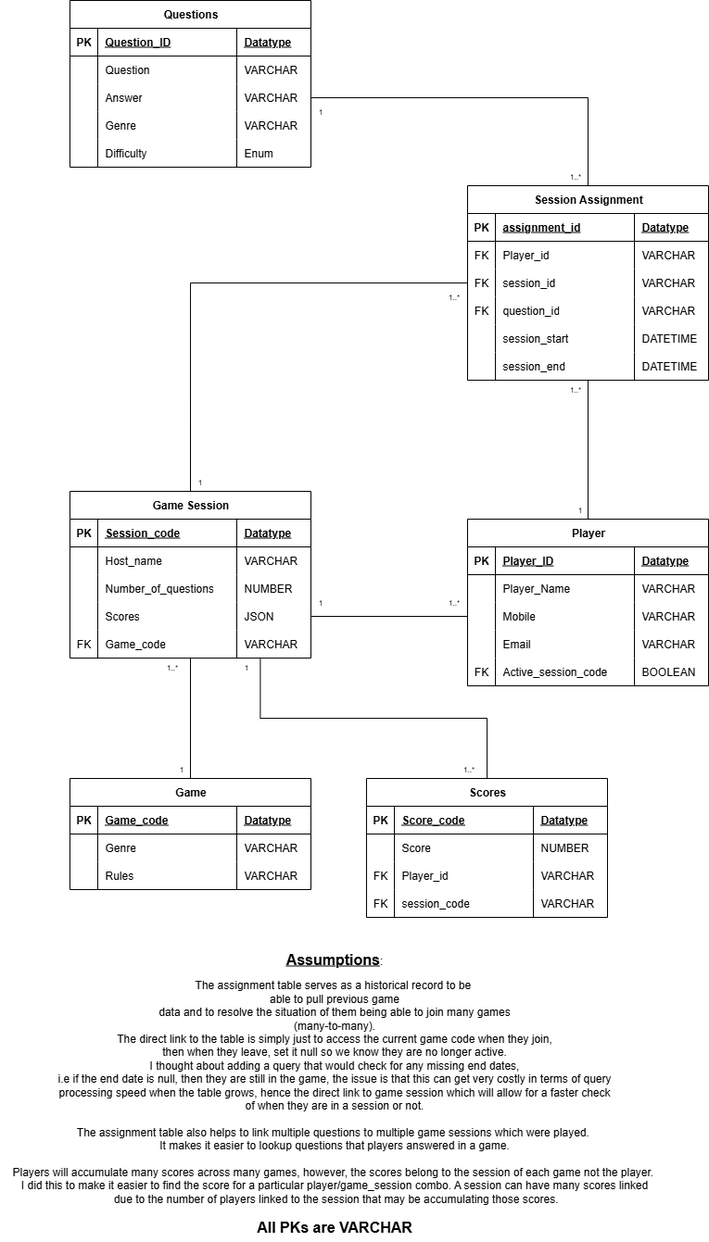
This is phunparty-backend/Database_design/PhunPartyDB_Design.drawio.png from cWalsh-developer/PhunParty, a draw.io export, as it was before one commit. Source tidied: cells renumbered, new cells last; positions are measured from the earlier drawing's top-left corner, leaving out a move shared by most shapes.
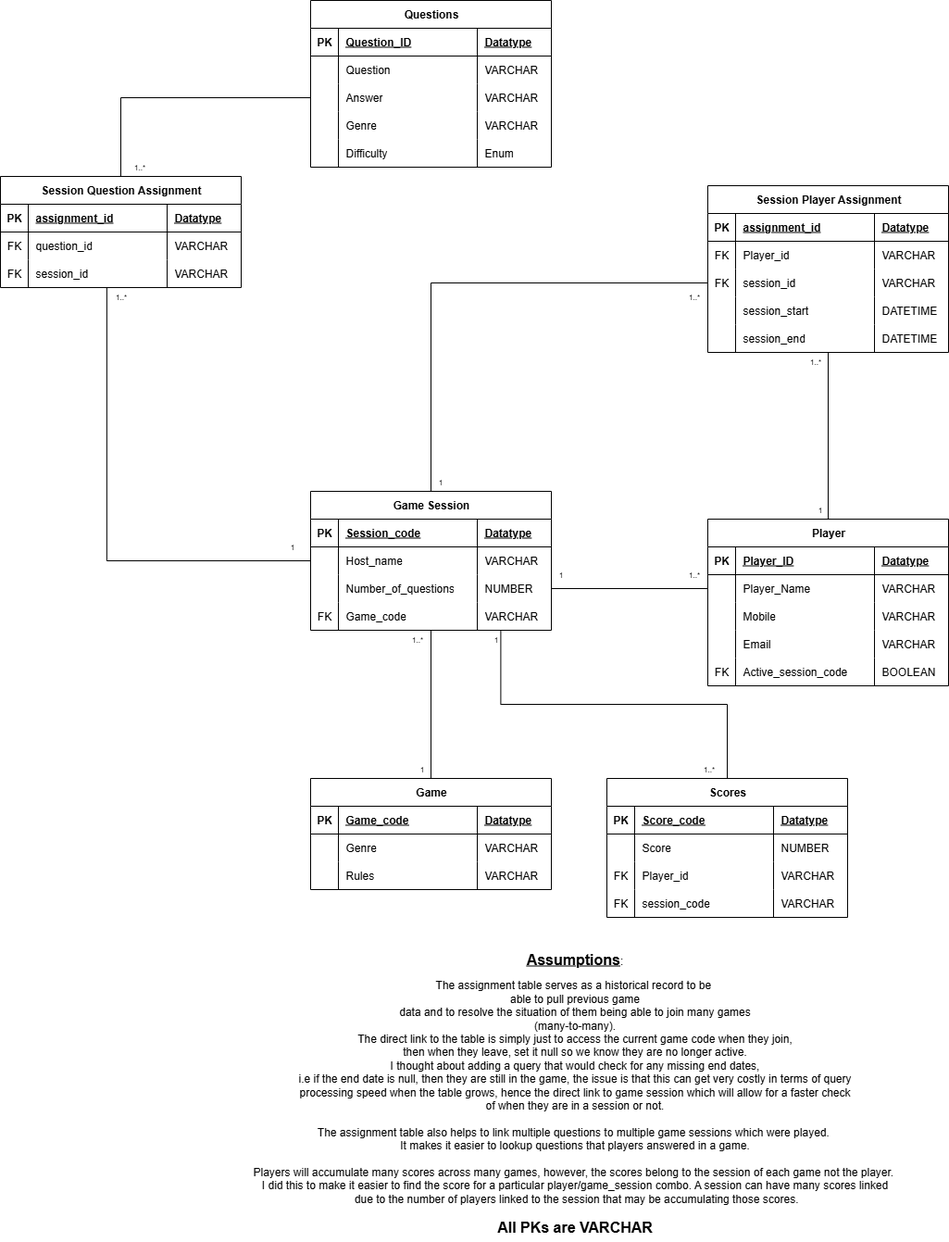
The same diagram one commit later.

Commit message:
Refactor game and player models for session management; update routes and CRUD operations to use session codes, and add new session assignment models.

Diff of the diagram source:
```diff
@@ -3,7 +3,7 @@
     <mxCell id="0" />
     <mxCell id="1" parent="0" />
     <mxCell id="2" value="Game Session" style="shape=table;startSize=30;rowLines=0;fontStyle=1;align=center;html=1;" parent="1" vertex="1">
-      <mxGeometry x="75" y="530" width="260" height="180" as="geometry" />
+      <mxGeometry x="75" y="530" width="260" height="150" as="geometry" />
     </mxCell>
     <mxCell id="3" style="shape=tableRow;horizontal=0;startSize=0;swimlaneHead=0;swimlaneBody=0;fillColor=none;top=0;left=0;right=0;bottom=1;" parent="2" vertex="1">
       <mxGeometry y="30" width="260" height="30" as="geometry" />
@@ -41,20 +41,8 @@
     <mxCell id="14" value="NUMBER" style="shape=partialRectangle;fillColor=none;top=0;left=0;bottom=0;right=0;align=left;spacingLeft=6;overflow=hidden;whiteSpace=wrap;html=1;" parent="11" vertex="1">
       <mxGeometry x="180" width="80" height="30" as="geometry" />
     </mxCell>
-    <mxCell id="15" style="shape=tableRow;horizontal=0;startSize=0;swimlaneHead=0;swimlaneBody=0;fillColor=none;points=[[0,0.5],[1,0.5]];portConstraint=eastwest;top=0;left=0;right=0;bottom=0;" parent="2" vertex="1">
-      <mxGeometry y="120" width="260" height="30" as="geometry" />
-    </mxCell>
-    <mxCell id="16" style="shape=partialRectangle;fillColor=none;top=0;left=0;bottom=0;right=0;overflow=hidden;whiteSpace=wrap;html=1;" parent="15" vertex="1">
-      <mxGeometry width="30" height="30" as="geometry" />
-    </mxCell>
-    <mxCell id="17" value="Scores" style="shape=partialRectangle;fillColor=none;top=0;left=0;bottom=0;right=0;align=left;spacingLeft=6;overflow=hidden;whiteSpace=wrap;html=1;" parent="15" vertex="1">
-      <mxGeometry x="30" width="150" height="30" as="geometry" />
-    </mxCell>
-    <mxCell id="18" value="JSON" style="shape=partialRectangle;fillColor=none;top=0;left=0;bottom=0;right=0;align=left;spacingLeft=6;overflow=hidden;whiteSpace=wrap;html=1;" parent="15" vertex="1">
-      <mxGeometry x="180" width="80" height="30" as="geometry" />
-    </mxCell>
     <mxCell id="19" style="shape=tableRow;horizontal=0;startSize=0;swimlaneHead=0;swimlaneBody=0;fillColor=none;points=[[0,0.5],[1,0.5]];portConstraint=eastwest;top=0;left=0;right=0;bottom=0;" parent="2" vertex="1">
-      <mxGeometry y="150" width="260" height="30" as="geometry" />
+      <mxGeometry y="120" width="260" height="30" as="geometry" />
     </mxCell>
     <mxCell id="20" value="FK" style="shape=partialRectangle;fillColor=none;top=0;left=0;bottom=0;right=0;overflow=hidden;whiteSpace=wrap;html=1;" parent="19" vertex="1">
       <mxGeometry width="30" height="30" as="geometry" />
@@ -108,7 +96,7 @@
       <mxGeometry x="185" y="820" width="20" height="20" as="geometry" />
     </mxCell>
     <mxCell id="37" value="1..*" style="text;html=1;align=center;verticalAlign=middle;strokeColor=none;fillColor=none;spacing=0;fontSize=8;" parent="1" vertex="1">
-      <mxGeometry x="170" y="710" width="30" height="20" as="geometry" />
+      <mxGeometry x="175" y="680" width="30" height="20" as="geometry" />
     </mxCell>
     <mxCell id="38" value="Player" style="shape=table;startSize=30;rowLines=0;fontStyle=1;align=center;html=1;" parent="1" vertex="1">
       <mxGeometry x="504" y="560" width="260" height="180" as="geometry" />
@@ -236,8 +224,8 @@
     <mxCell id="79" value="Enum" style="shape=partialRectangle;fillColor=none;top=0;left=0;bottom=0;right=0;align=left;spacingLeft=6;overflow=hidden;whiteSpace=wrap;html=1;" parent="76" vertex="1">
       <mxGeometry x="180" width="80" height="30" as="geometry" />
     </mxCell>
-    <mxCell id="80" value="Session Assignment" style="shape=table;startSize=30;rowLines=0;fontStyle=1;align=center;html=1;" parent="1" vertex="1">
-      <mxGeometry x="504" y="200" width="260" height="210" as="geometry" />
+    <mxCell id="80" value="Session Player Assignment" style="shape=table;startSize=30;rowLines=0;fontStyle=1;align=center;html=1;" parent="1" vertex="1">
+      <mxGeometry x="504" y="200" width="260" height="180" as="geometry" />
     </mxCell>
     <mxCell id="81" style="shape=tableRow;horizontal=0;startSize=0;swimlaneHead=0;swimlaneBody=0;fillColor=none;top=0;left=0;right=0;bottom=1;" parent="80" vertex="1">
       <mxGeometry y="30" width="260" height="30" as="geometry" />
@@ -275,20 +263,8 @@
     <mxCell id="92" value="VARCHAR" style="shape=partialRectangle;fillColor=none;top=0;left=0;bottom=0;right=0;align=left;spacingLeft=6;overflow=hidden;whiteSpace=wrap;html=1;" parent="89" vertex="1">
       <mxGeometry x="180" width="80" height="30" as="geometry" />
     </mxCell>
-    <mxCell id="93" style="shape=tableRow;horizontal=0;startSize=0;swimlaneHead=0;swimlaneBody=0;fillColor=none;top=0;left=0;right=0;bottom=0;" parent="80" vertex="1">
-      <mxGeometry y="120" width="260" height="30" as="geometry" />
-    </mxCell>
-    <mxCell id="94" value="FK" style="shape=partialRectangle;fillColor=none;top=0;left=0;bottom=0;right=0;overflow=hidden;whiteSpace=wrap;html=1;" parent="93" vertex="1">
-      <mxGeometry width="30" height="30" as="geometry" />
-    </mxCell>
-    <mxCell id="95" value="question_id" style="shape=partialRectangle;fillColor=none;top=0;left=0;bottom=0;right=0;align=left;spacingLeft=6;overflow=hidden;whiteSpace=wrap;html=1;" parent="93" vertex="1">
-      <mxGeometry x="30" width="150" height="30" as="geometry" />
-    </mxCell>
-    <mxCell id="96" value="VARCHAR" style="shape=partialRectangle;fillColor=none;top=0;left=0;bottom=0;right=0;align=left;spacingLeft=6;overflow=hidden;whiteSpace=wrap;html=1;" parent="93" vertex="1">
-      <mxGeometry x="180" width="80" height="30" as="geometry" />
-    </mxCell>
     <mxCell id="97" style="shape=tableRow;horizontal=0;startSize=0;swimlaneHead=0;swimlaneBody=0;fillColor=none;top=0;left=0;right=0;bottom=0;" parent="80" vertex="1">
-      <mxGeometry y="150" width="260" height="30" as="geometry" />
+      <mxGeometry y="120" width="260" height="30" as="geometry" />
     </mxCell>
     <mxCell id="98" style="shape=partialRectangle;fillColor=none;top=0;left=0;bottom=0;right=0;overflow=hidden;whiteSpace=wrap;html=1;" parent="97" vertex="1">
       <mxGeometry width="30" height="30" as="geometry" />
@@ -300,7 +276,7 @@
       <mxGeometry x="180" width="80" height="30" as="geometry" />
     </mxCell>
     <mxCell id="101" style="shape=tableRow;horizontal=0;startSize=0;swimlaneHead=0;swimlaneBody=0;fillColor=none;points=[[0,0.5],[1,0.5]];portConstraint=eastwest;top=0;left=0;right=0;bottom=0;" parent="80" vertex="1">
-      <mxGeometry y="180" width="260" height="30" as="geometry" />
+      <mxGeometry y="150" width="260" height="30" as="geometry" />
     </mxCell>
     <mxCell id="102" style="shape=partialRectangle;fillColor=none;top=0;left=0;bottom=0;right=0;overflow=hidden;whiteSpace=wrap;html=1;" parent="101" vertex="1">
       <mxGeometry width="30" height="30" as="geometry" />
@@ -314,20 +290,11 @@
     <mxCell id="105" style="edgeStyle=orthogonalEdgeStyle;rounded=0;jettySize=auto;html=1;entryX=0.5;entryY=1;entryDx=0;entryDy=0;entryPerimeter=0;endArrow=none;endFill=0;" parent="1" edge="1" source="23" target="19">
       <mxGeometry relative="1" as="geometry" />
     </mxCell>
-    <mxCell id="106" style="edgeStyle=orthogonalEdgeStyle;rounded=0;jettySize=auto;html=1;entryX=0.5;entryY=0;entryDx=0;entryDy=0;endArrow=none;endFill=0;" parent="1" edge="1" source="68" target="80">
-      <mxGeometry relative="1" as="geometry" />
-    </mxCell>
-    <mxCell id="107" value="1..*" style="text;html=1;align=center;verticalAlign=middle;strokeColor=none;fillColor=none;spacing=0;fontSize=8;" parent="1" vertex="1">
-      <mxGeometry x="605" y="180" width="30" height="20" as="geometry" />
-    </mxCell>
-    <mxCell id="108" value="1" style="text;html=1;align=center;verticalAlign=middle;strokeColor=none;fillColor=none;spacing=0;fontSize=8;" parent="1" vertex="1">
-      <mxGeometry x="335" y="110" width="20" height="20" as="geometry" />
-    </mxCell>
     <mxCell id="109" style="edgeStyle=orthogonalEdgeStyle;rounded=0;jettySize=auto;html=1;entryX=0.5;entryY=1;entryDx=0;entryDy=0;entryPerimeter=0;endArrow=none;endFill=0;" parent="1" edge="1" source="38" target="101">
       <mxGeometry relative="1" as="geometry" />
     </mxCell>
     <mxCell id="110" value="1..*" style="text;html=1;align=center;verticalAlign=middle;strokeColor=none;fillColor=none;spacing=0;fontSize=8;" parent="1" vertex="1">
-      <mxGeometry x="605" y="410" width="30" height="20" as="geometry" />
+      <mxGeometry x="605" y="380" width="30" height="20" as="geometry" />
     </mxCell>
     <mxCell id="111" value="1" style="text;html=1;align=center;verticalAlign=middle;strokeColor=none;fillColor=none;spacing=0;fontSize=8;" parent="1" vertex="1">
       <mxGeometry x="615" y="540" width="20" height="20" as="geometry" />
@@ -396,19 +363,19 @@
       <mxGeometry relative="1" as="geometry" />
     </mxCell>
     <mxCell id="133" value="1" style="text;html=1;align=center;verticalAlign=middle;strokeColor=none;fillColor=none;spacing=0;fontSize=8;" parent="1" vertex="1">
-      <mxGeometry x="255" y="710" width="20" height="20" as="geometry" />
+      <mxGeometry x="265" y="680" width="20" height="20" as="geometry" />
     </mxCell>
     <mxCell id="134" value="1..*" style="text;html=1;align=center;verticalAlign=middle;strokeColor=none;fillColor=none;spacing=0;fontSize=8;" parent="1" vertex="1">
       <mxGeometry x="490" y="820" width="30" height="20" as="geometry" />
     </mxCell>
-    <mxCell id="135" style="edgeStyle=orthogonalEdgeStyle;rounded=0;jettySize=auto;html=1;entryX=1;entryY=0.5;entryDx=0;entryDy=0;endArrow=none;endFill=0;" parent="1" edge="1" source="47" target="15">
+    <mxCell id="135" style="edgeStyle=orthogonalEdgeStyle;rounded=0;jettySize=auto;html=1;entryX=1;entryY=0.5;entryDx=0;entryDy=0;endArrow=none;endFill=0;" parent="1" edge="1" source="47">
       <mxGeometry relative="1" as="geometry" />
     </mxCell>
     <mxCell id="136" value="1" style="text;html=1;align=center;verticalAlign=middle;strokeColor=none;fillColor=none;spacing=0;fontSize=8;" parent="1" vertex="1">
-      <mxGeometry x="335" y="640" width="20" height="20" as="geometry" />
+      <mxGeometry x="335" y="610" width="20" height="20" as="geometry" />
     </mxCell>
     <mxCell id="137" value="1..*" style="text;html=1;align=center;verticalAlign=middle;strokeColor=none;fillColor=none;spacing=0;fontSize=8;" parent="1" vertex="1">
-      <mxGeometry x="474" y="640" width="30" height="20" as="geometry" />
+      <mxGeometry x="474" y="610" width="30" height="20" as="geometry" />
     </mxCell>
     <mxCell id="138" value="The assignment table serves as a historical record to be&amp;nbsp;&lt;div&gt;able to pull previous game&lt;div&gt;data and to resolve the situation of them being able to join many games&lt;/div&gt;&lt;/div&gt;&lt;div&gt;(many-to-many).&lt;/div&gt;&lt;div&gt;The direct link to the table is simply just to access the current game code when they join,&lt;/div&gt;&lt;div&gt;then when they leave, set it null so we know they are no longer active.&lt;/div&gt;&lt;div&gt;I thought about adding a query that would check for any missing end dates,&lt;/div&gt;&lt;div&gt;i.e if the end date is null, then they are still in the game, the issue is that this can get very costly in terms of query&lt;/div&gt;&lt;div&gt;processing speed when the table grows, hence the direct link to game session which will allow for a faster check&lt;/div&gt;&lt;div&gt;of when they are in a session or not.&lt;/div&gt;&lt;div&gt;&lt;br&gt;&lt;/div&gt;&lt;div&gt;The assignment table also helps to link multiple questions to multiple game sessions which were played.&amp;nbsp;&lt;/div&gt;&lt;div&gt;It makes it easier to lookup questions that players answered in a game.&lt;/div&gt;&lt;div&gt;&lt;br&gt;&lt;/div&gt;&lt;div&gt;Players will accumulate many scores across many games, however, the scores belong to the session of each game not the player.&amp;nbsp;&lt;/div&gt;&lt;div&gt;I did this to make it easier to find the score for a particular player/game_session combo.&amp;nbsp;&lt;span style=&quot;background-color: transparent; color: light-dark(rgb(0, 0, 0), rgb(255, 255, 255));&quot;&gt;A session can have many scores linked&lt;/span&gt;&lt;/div&gt;&lt;div&gt;&lt;span style=&quot;background-color: transparent; color: light-dark(rgb(0, 0, 0), rgb(255, 255, 255));&quot;&gt;&amp;nbsp;due to the number of players linked to the session that may be accumulating those scores.&lt;/span&gt;&lt;/div&gt;&lt;div&gt;&lt;span style=&quot;background-color: transparent; color: light-dark(rgb(0, 0, 0), rgb(255, 255, 255));&quot;&gt;&lt;br&gt;&lt;/span&gt;&lt;/div&gt;&lt;div&gt;&lt;span style=&quot;background-color: transparent; color: light-dark(rgb(0, 0, 0), rgb(255, 255, 255));&quot;&gt;&lt;b&gt;&lt;font style=&quot;font-size: 16px;&quot;&gt;All PKs are VARCHAR&lt;/font&gt;&lt;/b&gt;&lt;/span&gt;&lt;/div&gt;" style="text;html=1;align=center;verticalAlign=middle;strokeColor=none;fillColor=none;" parent="1" vertex="1">
       <mxGeometry y="1050" width="720" height="290" as="geometry" />
@@ -416,5 +383,62 @@
     <mxCell id="139" value="&lt;b&gt;&lt;u&gt;&lt;font style=&quot;font-size: 16px;&quot;&gt;Assumptions&lt;/font&gt;&lt;/u&gt;&lt;/b&gt;:" style="text;html=1;align=center;verticalAlign=middle;strokeColor=none;fillColor=none;" parent="1" vertex="1">
       <mxGeometry x="295" y="1020" width="130" height="30" as="geometry" />
     </mxCell>
+    <mxCell id="140" style="edgeStyle=orthogonalEdgeStyle;rounded=0;jettySize=auto;html=1;entryX=0;entryY=0.5;entryDx=0;entryDy=0;endArrow=none;endFill=0;" parent="1" edge="1" source="11" target="43">
+      <mxGeometry relative="1" as="geometry" />
+    </mxCell>
+    <mxCell id="141" value="Session Question Assignment" style="shape=table;startSize=30;rowLines=0;fontStyle=1;align=center;html=1;" parent="1" vertex="1">
+      <mxGeometry x="-260" y="190" width="260" height="120" as="geometry" />
+    </mxCell>
+    <mxCell id="142" style="shape=tableRow;horizontal=0;startSize=0;swimlaneHead=0;swimlaneBody=0;fillColor=none;top=0;left=0;right=0;bottom=1;" parent="141" vertex="1">
+      <mxGeometry y="30" width="260" height="30" as="geometry" />
+    </mxCell>
+    <mxCell id="143" value="PK" style="shape=partialRectangle;fillColor=none;top=0;left=0;bottom=0;right=0;fontStyle=1;overflow=hidden;whiteSpace=wrap;html=1;" parent="142" vertex="1">
+      <mxGeometry width="30" height="30" as="geometry" />
+    </mxCell>
+    <mxCell id="144" value="assignment_id" style="shape=partialRectangle;fillColor=none;top=0;left=0;bottom=0;right=0;align=left;spacingLeft=6;fontStyle=5;overflow=hidden;whiteSpace=wrap;html=1;" parent="142" vertex="1">
+      <mxGeometry x="30" width="150" height="30" as="geometry" />
+    </mxCell>
+    <mxCell id="145" value="Datatype" style="shape=partialRectangle;fillColor=none;top=0;left=0;bottom=0;right=0;align=left;spacingLeft=6;fontStyle=5;overflow=hidden;whiteSpace=wrap;html=1;" parent="142" vertex="1">
+      <mxGeometry x="180" width="80" height="30" as="geometry" />
+    </mxCell>
+    <mxCell id="146" style="shape=tableRow;horizontal=0;startSize=0;swimlaneHead=0;swimlaneBody=0;fillColor=none;top=0;left=0;right=0;bottom=0;" parent="141" vertex="1">
+      <mxGeometry y="60" width="260" height="30" as="geometry" />
+    </mxCell>
+    <mxCell id="147" value="FK" style="shape=partialRectangle;fillColor=none;top=0;left=0;bottom=0;right=0;overflow=hidden;whiteSpace=wrap;html=1;" parent="146" vertex="1">
+      <mxGeometry width="30" height="30" as="geometry" />
+    </mxCell>
+    <mxCell id="95" value="question_id" style="shape=partialRectangle;fillColor=none;top=0;left=0;bottom=0;right=0;align=left;spacingLeft=6;overflow=hidden;whiteSpace=wrap;html=1;" parent="146" vertex="1">
+      <mxGeometry x="30" width="150" height="30" as="geometry" />
+    </mxCell>
+    <mxCell id="148" value="VARCHAR" style="shape=partialRectangle;fillColor=none;top=0;left=0;bottom=0;right=0;align=left;spacingLeft=6;overflow=hidden;whiteSpace=wrap;html=1;" parent="146" vertex="1">
+      <mxGeometry x="180" width="80" height="30" as="geometry" />
+    </mxCell>
+    <mxCell id="149" style="shape=tableRow;horizontal=0;startSize=0;swimlaneHead=0;swimlaneBody=0;fillColor=none;points=[[0,0.5],[1,0.5]];portConstraint=eastwest;top=0;left=0;right=0;bottom=0;" parent="141" vertex="1">
+      <mxGeometry y="90" width="260" height="30" as="geometry" />
+    </mxCell>
+    <mxCell id="150" value="FK" style="shape=partialRectangle;fillColor=none;top=0;left=0;bottom=0;right=0;overflow=hidden;whiteSpace=wrap;html=1;" parent="149" vertex="1">
+      <mxGeometry width="30" height="30" as="geometry" />
+    </mxCell>
+    <mxCell id="151" value="session_id" style="shape=partialRectangle;fillColor=none;top=0;left=0;bottom=0;right=0;align=left;spacingLeft=6;overflow=hidden;whiteSpace=wrap;html=1;" parent="149" vertex="1">
+      <mxGeometry x="30" width="150" height="30" as="geometry" />
+    </mxCell>
+    <mxCell id="152" value="VARCHAR" style="shape=partialRectangle;fillColor=none;top=0;left=0;bottom=0;right=0;align=left;spacingLeft=6;overflow=hidden;whiteSpace=wrap;html=1;" parent="149" vertex="1">
+      <mxGeometry x="180" width="80" height="30" as="geometry" />
+    </mxCell>
+    <mxCell id="153" style="edgeStyle=orthogonalEdgeStyle;rounded=0;jettySize=auto;html=1;exitX=0;exitY=0.5;exitDx=0;exitDy=0;entryX=0.5;entryY=0;entryDx=0;entryDy=0;endArrow=none;endFill=0;" parent="1" edge="1" source="68" target="141">
+      <mxGeometry relative="1" as="geometry" />
+    </mxCell>
+    <mxCell id="154" value="1..*" style="text;html=1;align=center;verticalAlign=middle;strokeColor=none;fillColor=none;spacing=0;fontSize=8;" parent="1" vertex="1">
+      <mxGeometry x="-125" y="170" width="30" height="20" as="geometry" />
+    </mxCell>
+    <mxCell id="108" value="1" style="text;html=1;align=center;verticalAlign=middle;strokeColor=none;fillColor=none;spacing=0;fontSize=8;" parent="1" vertex="1">
+      <mxGeometry x="45" y="580" width="20" height="20" as="geometry" />
+    </mxCell>
+    <mxCell id="155" style="edgeStyle=orthogonalEdgeStyle;rounded=0;jettySize=auto;html=1;entryX=0.442;entryY=1;entryDx=0;entryDy=0;entryPerimeter=0;endArrow=none;endFill=0;" parent="1" edge="1" source="7" target="149">
+      <mxGeometry relative="1" as="geometry" />
+    </mxCell>
+    <mxCell id="156" value="1..*" style="text;html=1;align=center;verticalAlign=middle;strokeColor=none;fillColor=none;spacing=0;fontSize=8;" parent="1" vertex="1">
+      <mxGeometry x="-145" y="310" width="30" height="20" as="geometry" />
+    </mxCell>
   </root>
 </mxGraphModel>
```
